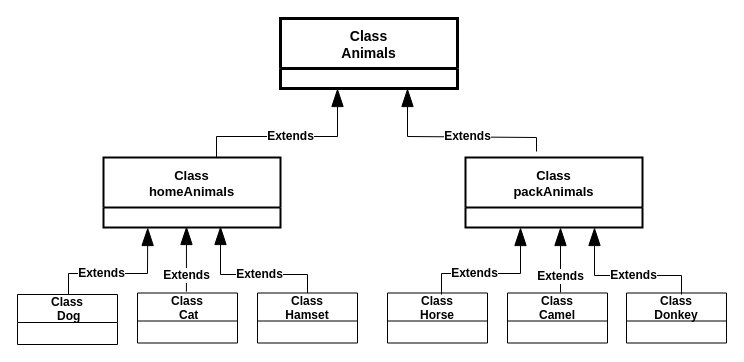
This is Diagram.drawio from OlegKhudoerko/Final_control_work, a draw.io file, before an edit. Source tidied: cells renumbered, new cells numbered last; positions are measured from the earlier drawing's top-left corner, leaving out a move shared by most shapes. Both pictures are drawn from the tidied source at 100%, with x=0, y=0 at pixel (17, 18).
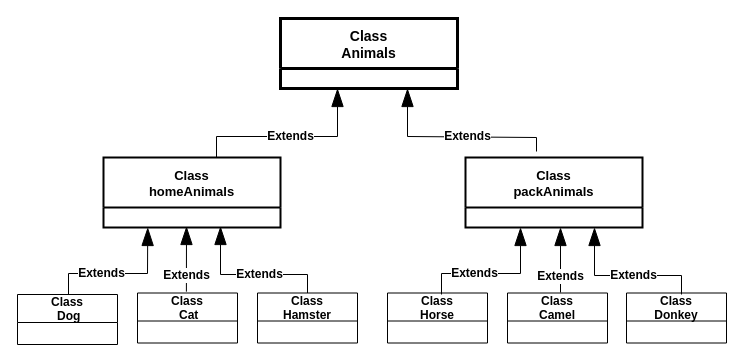
The same diagram, later.

Commit message (it also covers changes not shown here):
Шестое задание

The edit, as a diff of the source:
```diff
@@
-    <mxCell id="10" value="Class&#10;Hamset" style="swimlane;fontStyle=1;horizontal=1;startSize=28;fillColor=none;" parent="1" vertex="1">
+    <mxCell id="10" value="Class&#10;Hamster" style="swimlane;fontStyle=1;horizontal=1;startSize=28;fillColor=none;" parent="1" vertex="1">
       <mxGeometry x="240" y="274.5" width="100" height="50" as="geometry" />
     </mxCell>
```
